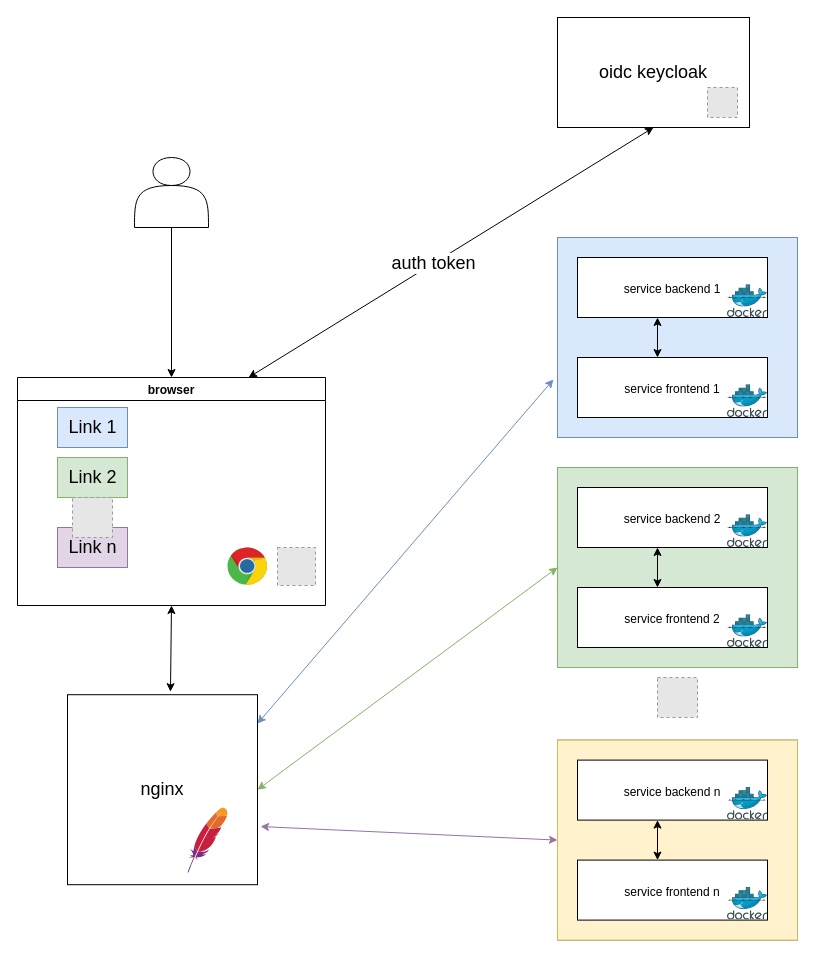
Above: Диаграмма без названия.drawio in Rustem81/ATM_NCR (draw.io), before the change. Source tidied: cells renumbered, new cells numbered last; positions are measured from the earlier drawing's top-left corner, leaving out a move shared by most shapes. Both pictures are drawn from the tidied source at 100%, with x=0, y=0 at pixel (17, 17). Pictures stored in the file or linked from it are replaced by grey dashed boxes.
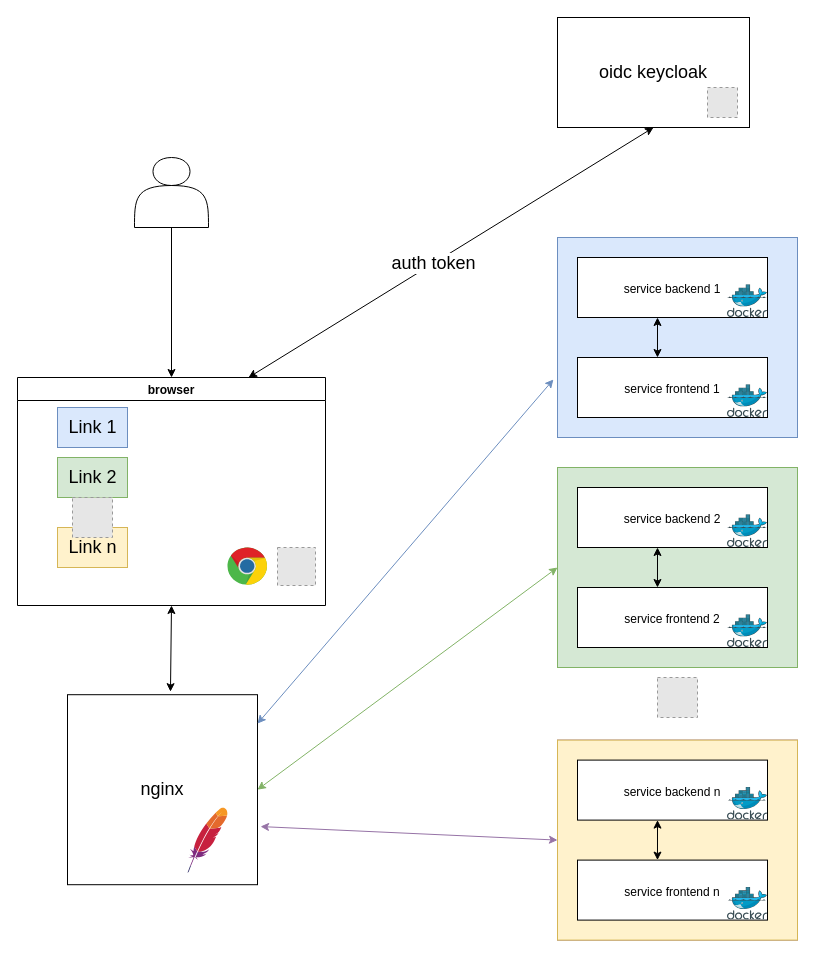
The same page after the edit.

The change refers to these unchanged cells:
```xml
<mxCell id="2" value="browser" style="swimlane;" parent="1" vertex="1">
  <mxGeometry y="360" width="308" height="228" as="geometry" />
</mxCell>
```

The edit, as a diff of the source:
```diff
@@
-    <mxCell id="4" value="&lt;font style=&quot;font-size: 18px;&quot;&gt;Link n&lt;/font&gt;" style="text;html=1;align=center;verticalAlign=middle;strokeColor=#9673a6;fillColor=#e1d5e7;" parent="2" vertex="1">
+    <mxCell id="4" value="&lt;font style=&quot;font-size: 18px;&quot;&gt;Link n&lt;/font&gt;" style="text;html=1;align=center;verticalAlign=middle;strokeColor=#d6b656;fillColor=#fff2cc;" parent="2" vertex="1">
       <mxGeometry x="40" y="150" width="70" height="40" as="geometry" />
     </mxCell>
```
